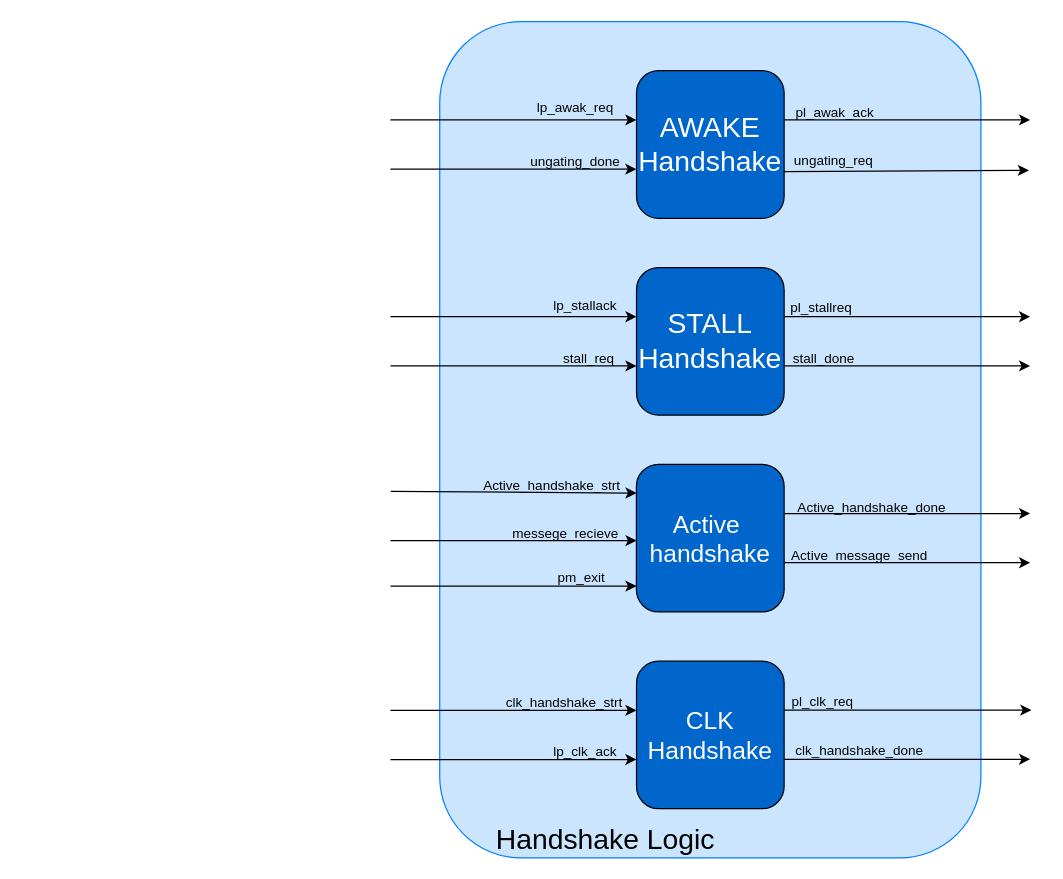
Above: page "Handshake Logic" (5 of 23) of docs/SM/RDI_SM/RDI SM.drawio in AbdallahMoSalah/UCIe-3.0-PHY-layer (draw.io), before the change. Source tidied: cells renumbered, new cells numbered last; positions are measured from the earlier drawing's top-left corner, leaving out a move shared by most shapes. Both pictures are drawn from the tidied source at 123%, with x=0, y=0 at pixel (30, 21).
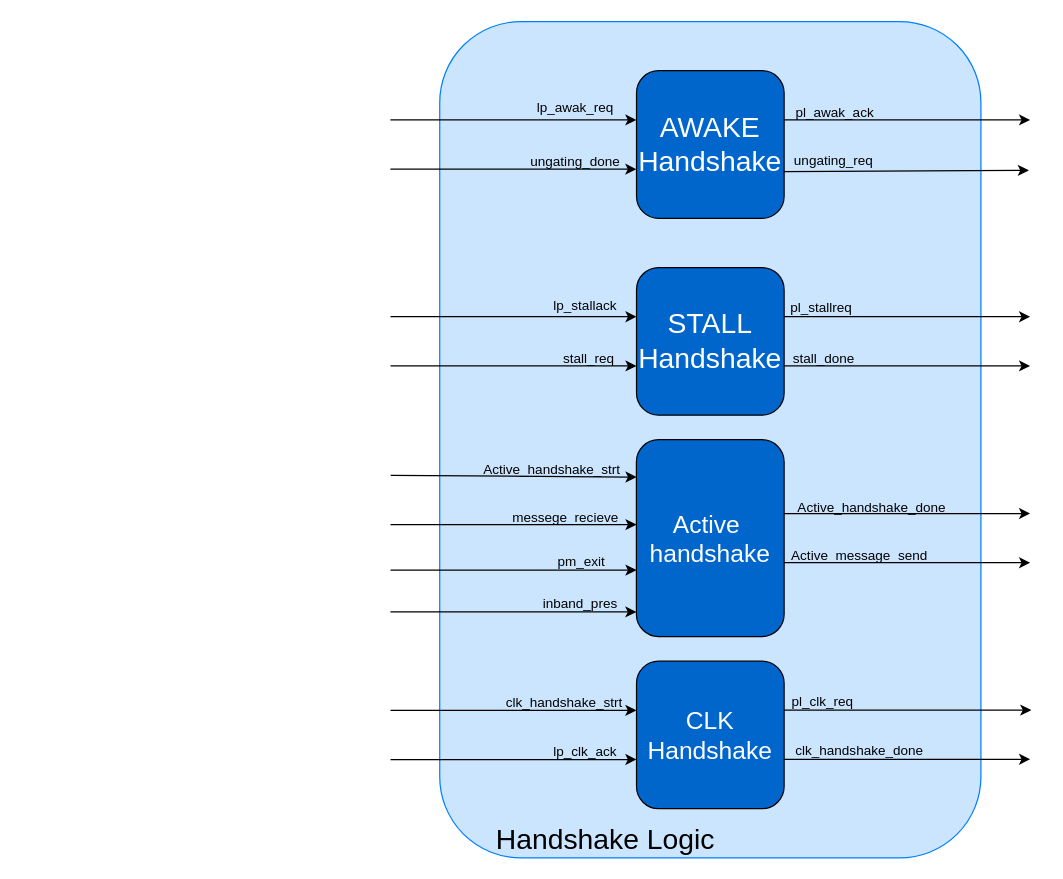
The same diagram, later.

The edit, as a diff of the source:
```diff
@@
     <mxCell id="31" value="&lt;font style=&quot;font-size: 20px;&quot;&gt;Active&amp;nbsp;&lt;/font&gt;&lt;div&gt;&lt;font style=&quot;font-size: 20px;&quot;&gt;handshake&lt;/font&gt;&lt;/div&gt;" style="rounded=1;whiteSpace=wrap;html=1;fillColor=light-dark(#0066CC,#EDEDED);strokeColor=default;align=center;verticalAlign=middle;fontFamily=Helvetica;fontSize=12;fontColor=#FFFFFF;" parent="1" vertex="1">
-      <mxGeometry x="492.9" y="360" width="120.1" height="120" as="geometry" />
+      <mxGeometry x="492.9" y="340" width="120.1" height="160" as="geometry" />
     </mxCell>
@@
     <mxCell id="34" style="endArrow=classic;html=1;rounded=0;entryX=1.001;entryY=0.693;entryDx=0;entryDy=0;entryPerimeter=0;exitX=1.001;exitY=0.693;exitDx=0;exitDy=0;exitPerimeter=0;" parent="1" edge="1">
       <mxGeometry relative="1" as="geometry">
-        <mxPoint x="293.2" y="382" as="sourcePoint" />
-        <mxPoint x="493" y="383.4" as="targetPoint" />
+        <mxPoint x="293.2" y="369" as="sourcePoint" />
+        <mxPoint x="493" y="370.4" as="targetPoint" />
       </mxGeometry>
     </mxCell>
@@
     <mxCell id="36" style="rounded=0;orthogonalLoop=1;jettySize=auto;html=1;" parent="1" edge="1">
       <mxGeometry relative="1" as="geometry">
-        <mxPoint x="293" y="422" as="sourcePoint" />
-        <mxPoint x="493" y="422" as="targetPoint" />
+        <mxPoint x="293" y="409" as="sourcePoint" />
+        <mxPoint x="493" y="409" as="targetPoint" />
       </mxGeometry>
     </mxCell>
@@
     <mxCell id="41" style="rounded=0;orthogonalLoop=1;jettySize=auto;html=1;" parent="1" edge="1">
       <mxGeometry relative="1" as="geometry">
-        <mxPoint x="293" y="459" as="sourcePoint" />
-        <mxPoint x="493" y="459" as="targetPoint" />
+        <mxPoint x="293" y="446" as="sourcePoint" />
+        <mxPoint x="493" y="446" as="targetPoint" />
       </mxGeometry>
     </mxCell>
@@
+    <mxCell id="43" style="rounded=0;orthogonalLoop=1;jettySize=auto;html=1;" parent="1" edge="1">
+      <mxGeometry relative="1" as="geometry">
+        <mxPoint x="292.9" y="480" as="sourcePoint" />
+        <mxPoint x="492.9" y="480" as="targetPoint" />
+      </mxGeometry>
+    </mxCell>
+    <mxCell id="44" value="inband_pres" style="edgeLabel;html=1;align=center;verticalAlign=middle;labelBackgroundColor=none;" parent="43" vertex="1">
+      <mxGeometry x="-0.2" relative="1" as="geometry">
+        <mxPoint x="74" y="-8" as="offset" />
+      </mxGeometry>
+    </mxCell>
```
